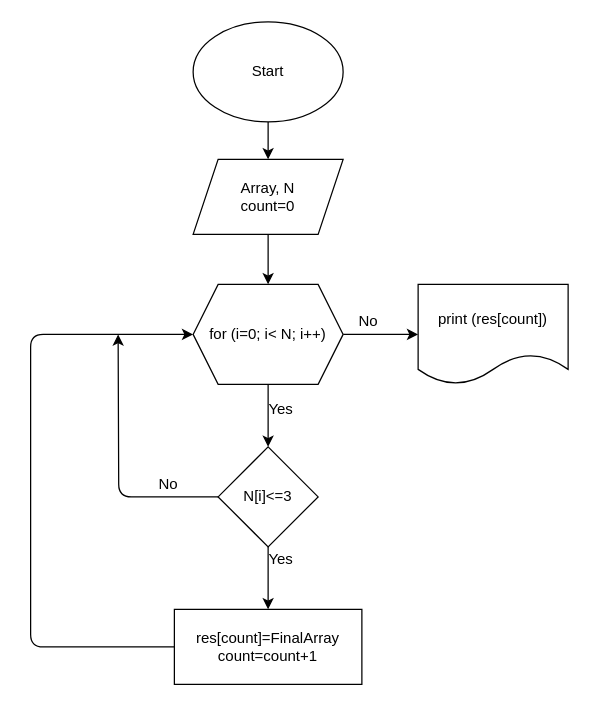
The draw.io diagram Algoritm.drawio in MaminovaVera/FinalWork-CSHARP, before the edit. Source tidied: cells renumbered, new cells numbered last; positions are measured from the earlier drawing's top-left corner, leaving out a move shared by most shapes. Both pictures are drawn from the tidied source at 125%, with x=0, y=0 at pixel (30, 21).
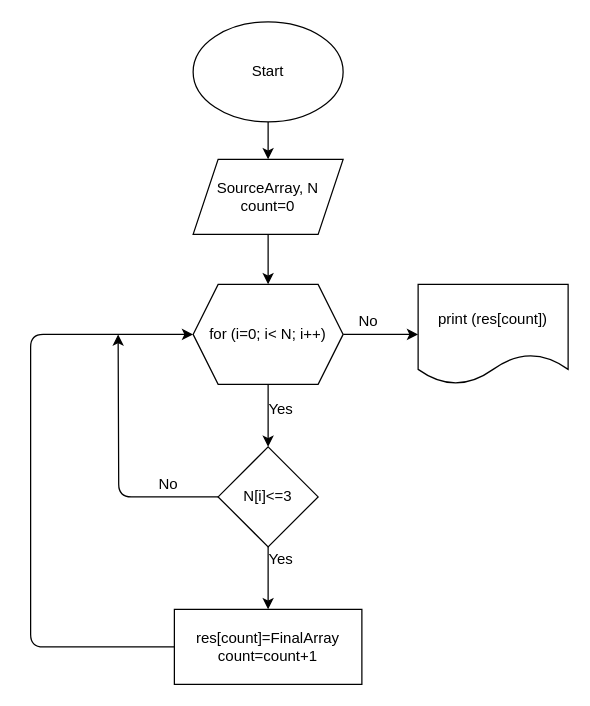
The same page after the edit.

The edit, as a diff of the source:
```diff
@@
-    <mxCell id="5" value="Array, N&lt;br&gt;count=0" style="shape=parallelogram;perimeter=parallelogramPerimeter;whiteSpace=wrap;html=1;fixedSize=1;" parent="1" vertex="1">
+    <mxCell id="5" value="SourceArray, N&lt;br&gt;count=0" style="shape=parallelogram;perimeter=parallelogramPerimeter;whiteSpace=wrap;html=1;fixedSize=1;" parent="1" vertex="1">
       <mxGeometry x="130" y="110" width="120" height="60" as="geometry" />
     </mxCell>
```
